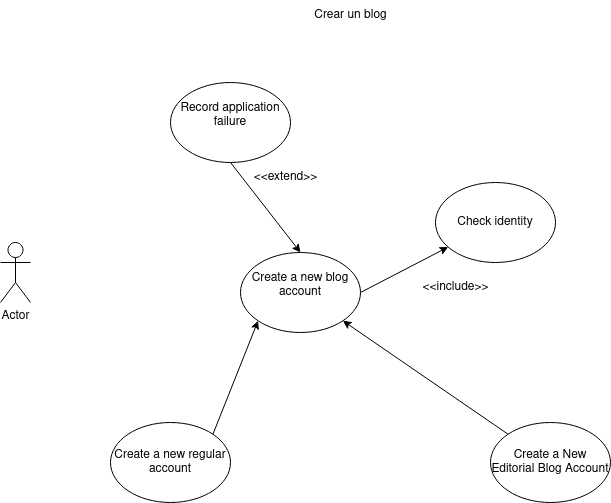
Before: DSejemplo.drawio.png, a diagram exported from draw.io (GermanOjeda/Tarea-ETS). Source tidied: cells renumbered, new cells last; positions are measured from the earlier drawing's top-left corner, leaving out a move shared by most shapes.
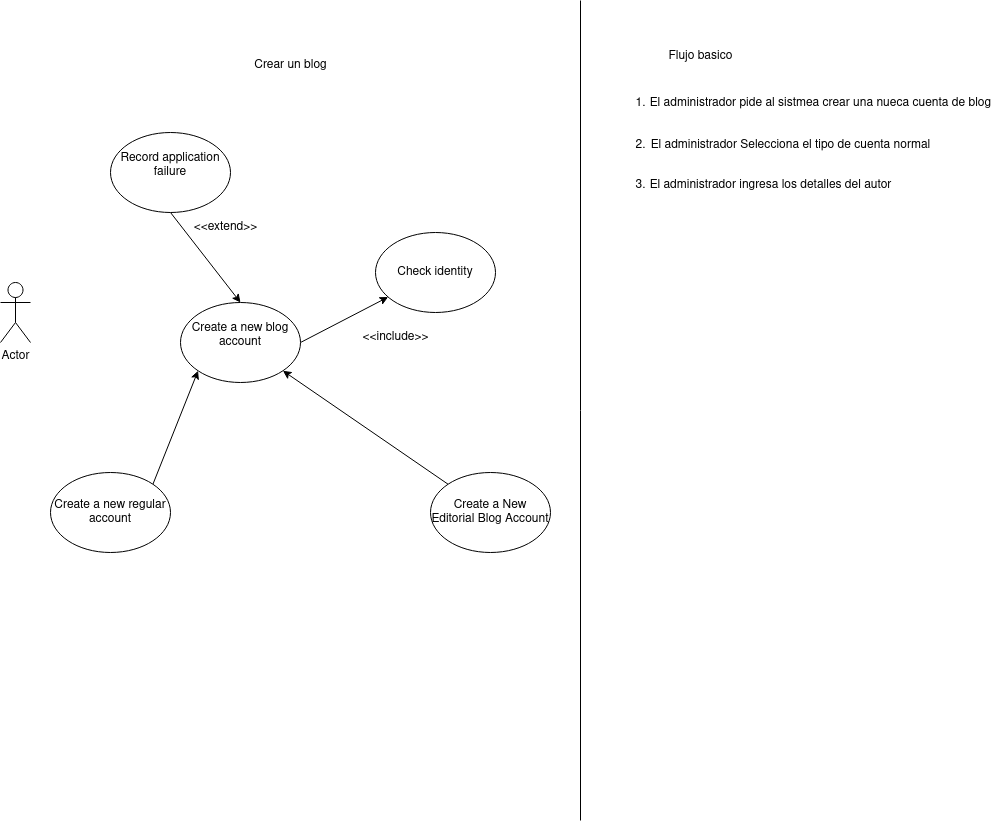
The same file after the commit.

Change to the diagram source:
```diff
@@ -3,7 +3,7 @@
     <mxCell id="0" />
     <mxCell id="1" parent="0" />
     <mxCell id="2" value="Actor" style="shape=umlActor;verticalLabelPosition=bottom;verticalAlign=top;html=1;" parent="1" vertex="1">
-      <mxGeometry y="242" width="30" height="60" as="geometry" />
+      <mxGeometry x="60" y="232" width="30" height="60" as="geometry" />
     </mxCell>
     <mxCell id="3" style="rounded=0;jettySize=auto;html=1;exitX=0.5;exitY=1;exitDx=0;exitDy=0;entryX=0.5;entryY=0;entryDx=0;entryDy=0;" parent="1" edge="1" source="4" target="6">
       <mxGeometry relative="1" as="geometry" />
@@ -41,5 +41,32 @@
     <mxCell id="14" value="Create a New Editorial Blog Account" style="ellipse;whiteSpace=wrap;html=1;" parent="1" vertex="1">
       <mxGeometry x="490" y="422" width="120" height="80" as="geometry" />
     </mxCell>
+    <mxCell id="15" style="endArrow=none;html=1;rounded=0;" parent="1" edge="1">
+      <mxGeometry relative="1" as="geometry">
+        <mxPoint x="640" y="770" as="sourcePoint" />
+        <mxPoint x="640" y="-50" as="targetPoint" />
+      </mxGeometry>
+    </mxCell>
+    <mxCell id="16" value="&lt;div&gt;Flujo basico&lt;/div&gt;&lt;div&gt;&lt;br&gt;&lt;/div&gt;" style="text;html=1;align=center;verticalAlign=middle;strokeColor=none;fillColor=none;" parent="1" vertex="1">
+      <mxGeometry x="715" y="-7" width="90" height="40" as="geometry" />
+    </mxCell>
+    <mxCell id="17" value="1." style="text;html=1;align=center;verticalAlign=middle;strokeColor=none;fillColor=none;" parent="1" vertex="1">
+      <mxGeometry x="685" y="38" width="30" height="30" as="geometry" />
+    </mxCell>
+    <mxCell id="18" value="El administrador pide al sistmea crear una nueca cuenta de blog" style="text;html=1;align=center;verticalAlign=middle;strokeColor=none;fillColor=none;" parent="1" vertex="1">
+      <mxGeometry x="700" y="38" width="360" height="30" as="geometry" />
+    </mxCell>
+    <mxCell id="19" value="2." style="text;html=1;align=center;verticalAlign=middle;strokeColor=none;fillColor=none;" parent="1" vertex="1">
+      <mxGeometry x="685" y="80" width="30" height="30" as="geometry" />
+    </mxCell>
+    <mxCell id="20" value="El administrador Selecciona el tipo de cuenta normal" style="text;html=1;align=center;verticalAlign=middle;strokeColor=none;fillColor=none;" parent="1" vertex="1">
+      <mxGeometry x="700" y="80" width="300" height="30" as="geometry" />
+    </mxCell>
+    <mxCell id="21" value="3." style="text;html=1;align=center;verticalAlign=middle;strokeColor=none;fillColor=none;" parent="1" vertex="1">
+      <mxGeometry x="685" y="120" width="30" height="30" as="geometry" />
+    </mxCell>
+    <mxCell id="22" value="El administrador ingresa los detalles del autor" style="text;html=1;align=center;verticalAlign=middle;strokeColor=none;fillColor=none;" parent="1" vertex="1">
+      <mxGeometry x="695" y="120" width="270" height="30" as="geometry" />
+    </mxCell>
   </root>
 </mxGraphModel>
```
